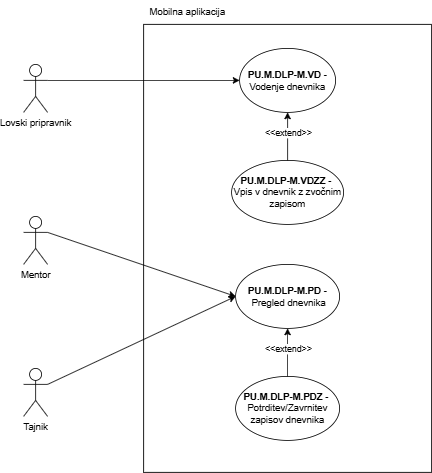
Earlier version of the draw.io export Delo z lovskimi pripravniki-Mobilna aplikacija.drawio.png (ErnestISv/Lovstvo). Source tidied: cells renumbered, new cells last; positions are measured from the earlier drawing's top-left corner, leaving out a move shared by most shapes.
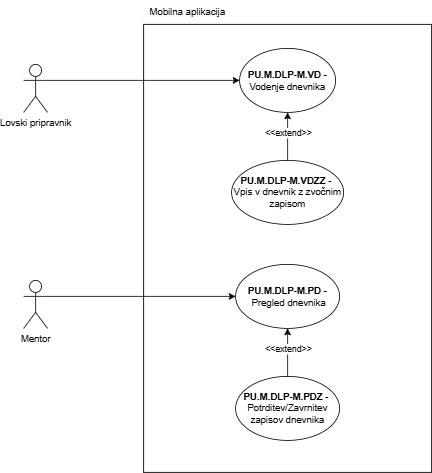
After the commit.

The edit, as a diff of the source:
```diff
@@ -21,7 +21,7 @@
       <mxGeometry y="80" width="30" height="60" as="geometry" />
     </mxCell>
     <mxCell id="8" value="Mentor" style="shape=umlActor;verticalLabelPosition=bottom;verticalAlign=top;html=1;outlineConnect=0;" parent="1" vertex="1">
-      <mxGeometry y="270" width="30" height="60" as="geometry" />
+      <mxGeometry y="350" width="30" height="60" as="geometry" />
     </mxCell>
     <mxCell id="9" style="endArrow=classic;html=1;rounded=0;exitX=1;exitY=0.3333333333333333;exitDx=0;exitDy=0;exitPerimeter=0;entryX=0;entryY=0.5;entryDx=0;entryDy=0;" parent="1" edge="1" source="7" target="4">
       <mxGeometry relative="1" as="geometry" />
@@ -44,11 +44,5 @@
     <mxCell id="15" value="&amp;lt;&amp;lt;extend&amp;gt;&amp;gt;" style="edgeLabel;html=1;align=center;verticalAlign=middle;" parent="14" vertex="1">
       <mxGeometry x="0.17" relative="1" as="geometry" />
     </mxCell>
-    <mxCell id="16" value="Tajnik" style="shape=umlActor;verticalLabelPosition=bottom;verticalAlign=top;html=1;outlineConnect=0;" parent="1" vertex="1">
-      <mxGeometry y="460" width="30" height="60" as="geometry" />
-    </mxCell>
-    <mxCell id="17" style="endArrow=classic;html=1;rounded=0;exitX=1;exitY=0.3333333333333333;exitDx=0;exitDy=0;exitPerimeter=0;entryX=0;entryY=0.5;entryDx=0;entryDy=0;" parent="1" edge="1" source="16" target="6">
-      <mxGeometry relative="1" as="geometry" />
-    </mxCell>
   </root>
 </mxGraphModel>
```
